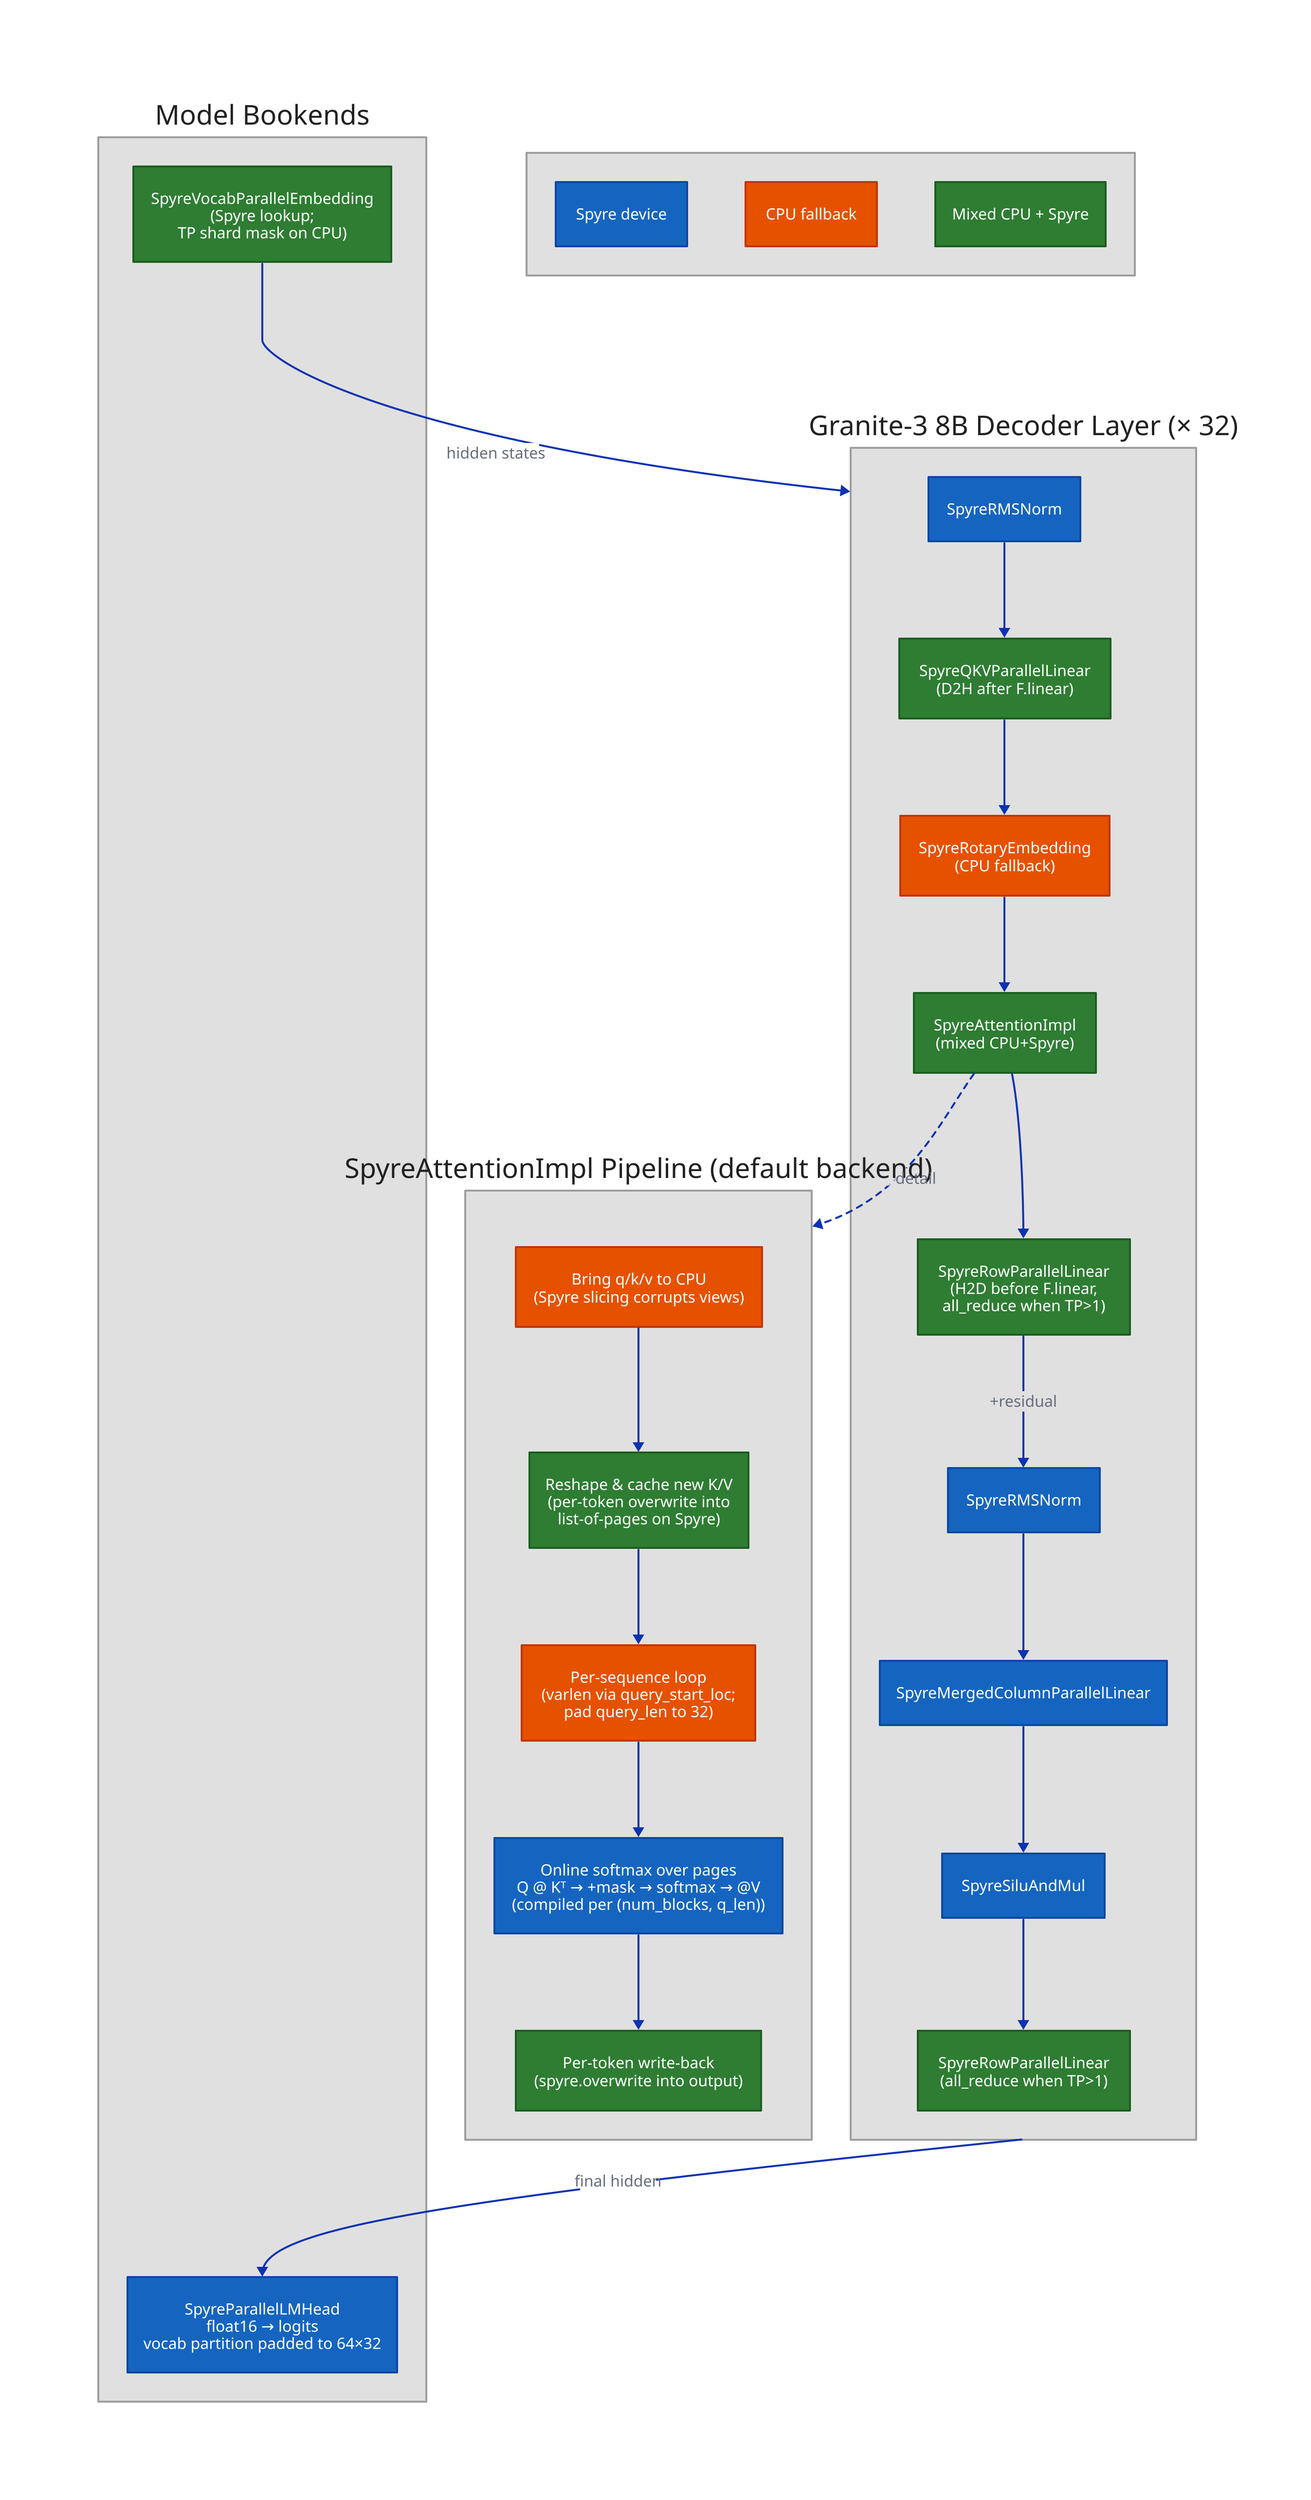
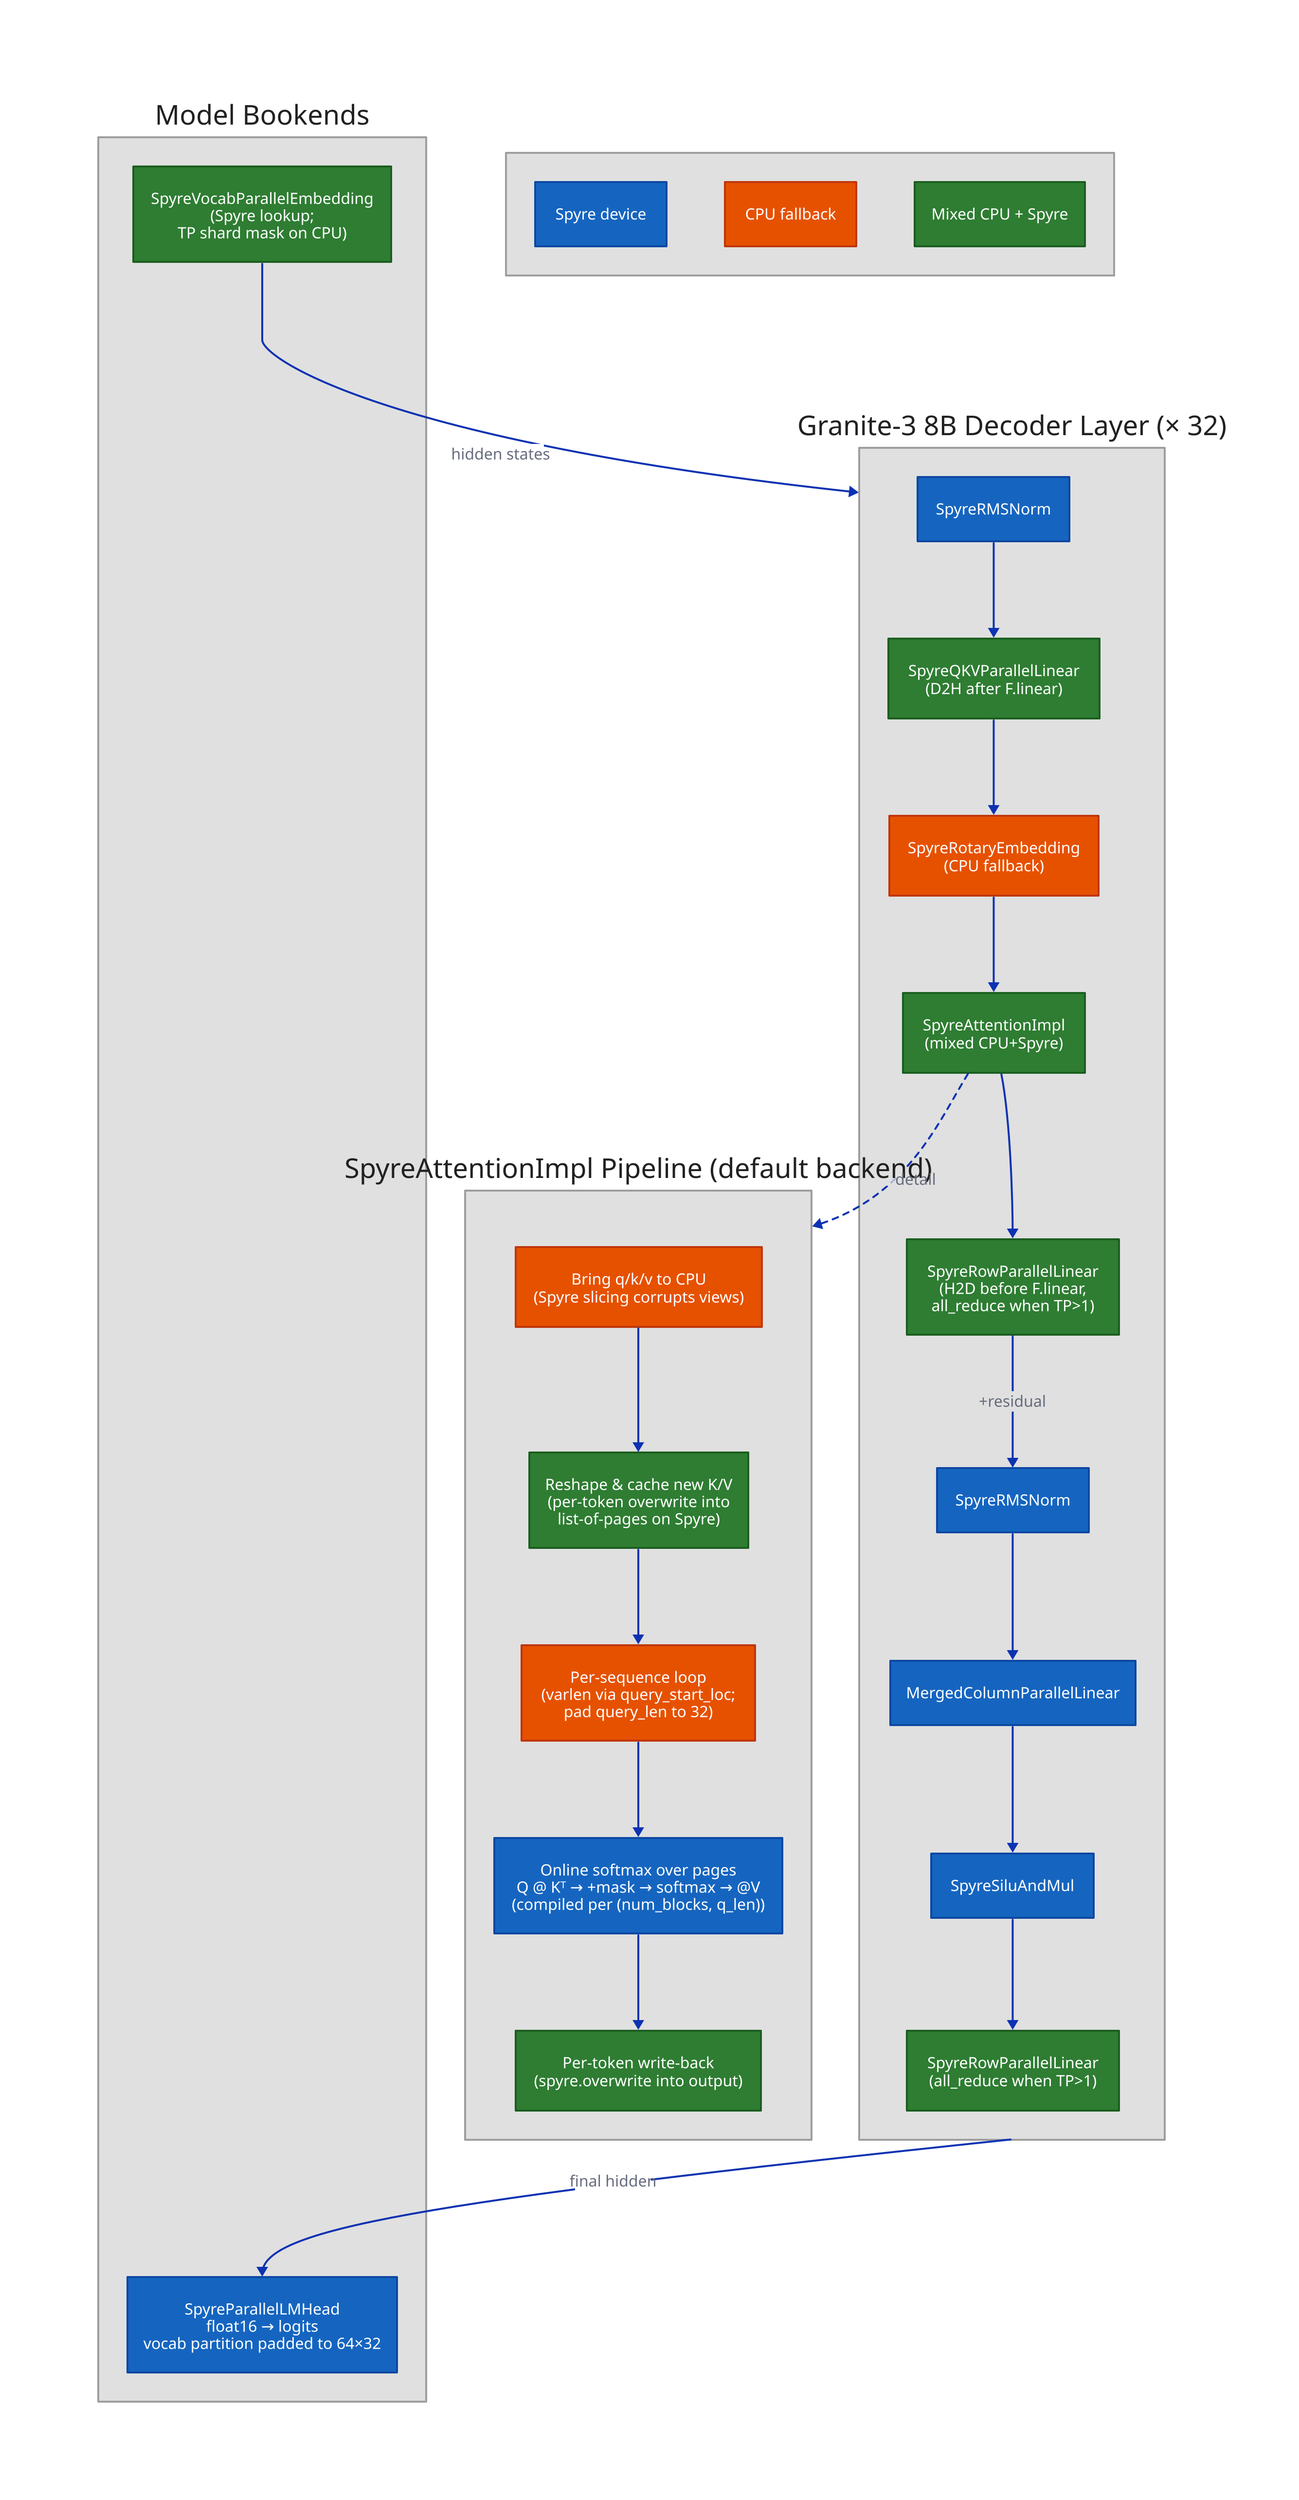
direction: down

bookends: "Model Bookends" {
  style.fill: "#e0e0e0"
  style.stroke: "#9e9e9e"
  style.font-color: "#212121"
  direction: right

  EMB: "SpyreVocabParallelEmbedding\n(Spyre lookup;\nTP shard mask on CPU)" {
    style.fill: "#2e7d32"
    style.stroke: "#1b5e20"
    style.font-color: "#ffffff"
  }
  LM: "SpyreParallelLMHead\nfloat16 → logits\nvocab partition padded to 64×32" {
    style.fill: "#1565c0"
    style.stroke: "#0d47a1"
    style.font-color: "#ffffff"
  }
}

granite: "Granite-3 8B Decoder Layer (× 32)" {
  style.fill: "#e0e0e0"
  style.stroke: "#9e9e9e"
  style.font-color: "#212121"

  N1: "SpyreRMSNorm" {
    style.fill: "#1565c0"
    style.stroke: "#0d47a1"
    style.font-color: "#ffffff"
  }
  QKV: "SpyreQKVParallelLinear\n(D2H after F.linear)" {
    style.fill: "#2e7d32"
    style.stroke: "#1b5e20"
    style.font-color: "#ffffff"
  }
  ROPE: "SpyreRotaryEmbedding\n(CPU fallback)" {
    style.fill: "#e65100"
    style.stroke: "#bf360c"
    style.font-color: "#ffffff"
  }
  ATTN: "SpyreAttentionImpl\n(mixed CPU+Spyre)" {
    style.fill: "#2e7d32"
    style.stroke: "#1b5e20"
    style.font-color: "#ffffff"
  }
  O_PROJ: "SpyreRowParallelLinear\n(H2D before F.linear,\nall_reduce when TP>1)" {
    style.fill: "#2e7d32"
    style.stroke: "#1b5e20"
    style.font-color: "#ffffff"
  }
  N2: "SpyreRMSNorm" {
    style.fill: "#1565c0"
    style.stroke: "#0d47a1"
    style.font-color: "#ffffff"
  }
-   GATE: "SpyreMergedColumnParallelLinear" {
+   GATE: "MergedColumnParallelLinear" {
    style.fill: "#1565c0"
    style.stroke: "#0d47a1"
    style.font-color: "#ffffff"
  }
  ACT: "SpyreSiluAndMul" {
    style.fill: "#1565c0"
    style.stroke: "#0d47a1"
    style.font-color: "#ffffff"
  }
  DOWN: "SpyreRowParallelLinear\n(all_reduce when TP>1)" {
    style.fill: "#2e7d32"
    style.stroke: "#1b5e20"
    style.font-color: "#ffffff"
  }

  N1 -> QKV -> ROPE -> ATTN -> O_PROJ
  O_PROJ -> N2: "+residual"
  N2 -> GATE -> ACT -> DOWN
}

attn_detail: "SpyreAttentionImpl Pipeline (default backend)" {
  style.fill: "#e0e0e0"
  style.stroke: "#9e9e9e"
  style.font-color: "#212121"

  S1: "Bring q/k/v to CPU\n(Spyre slicing corrupts views)" {
    style.fill: "#e65100"
    style.stroke: "#bf360c"
    style.font-color: "#ffffff"
  }
  S2: "Reshape & cache new K/V\n(per-token overwrite into\nlist-of-pages on Spyre)" {
    style.fill: "#2e7d32"
    style.stroke: "#1b5e20"
    style.font-color: "#ffffff"
  }
  S3: "Per-sequence loop\n(varlen via query_start_loc;\npad query_len to 32)" {
    style.fill: "#e65100"
    style.stroke: "#bf360c"
    style.font-color: "#ffffff"
  }
  S4: "Online softmax over pages\nQ @ Kᵀ → +mask → softmax → @V\n(compiled per (num_blocks, q_len))" {
    style.fill: "#1565c0"
    style.stroke: "#0d47a1"
    style.font-color: "#ffffff"
  }
  S5: "Per-token write-back\n(spyre.overwrite into output)" {
    style.fill: "#2e7d32"
    style.stroke: "#1b5e20"
    style.font-color: "#ffffff"
  }

  S1 -> S2 -> S3 -> S4 -> S5
}

bookends.EMB -> granite: "hidden states"
granite -> bookends.LM: "final hidden"
granite.ATTN -> attn_detail: "detail" {style.stroke-dash: 3}

legend: " " {
  style.fill: "#e0e0e0"
  style.stroke: "#9e9e9e"
  style.font-color: "#212121"
  direction: right

  L1: "Spyre device" {
    style.fill: "#1565c0"
    style.stroke: "#0d47a1"
    style.font-color: "#ffffff"
  }
  L2: "CPU fallback" {
    style.fill: "#e65100"
    style.stroke: "#bf360c"
    style.font-color: "#ffffff"
  }
  L3: "Mixed CPU + Spyre" {
    style.fill: "#2e7d32"
    style.stroke: "#1b5e20"
    style.font-color: "#ffffff"
  }
}
